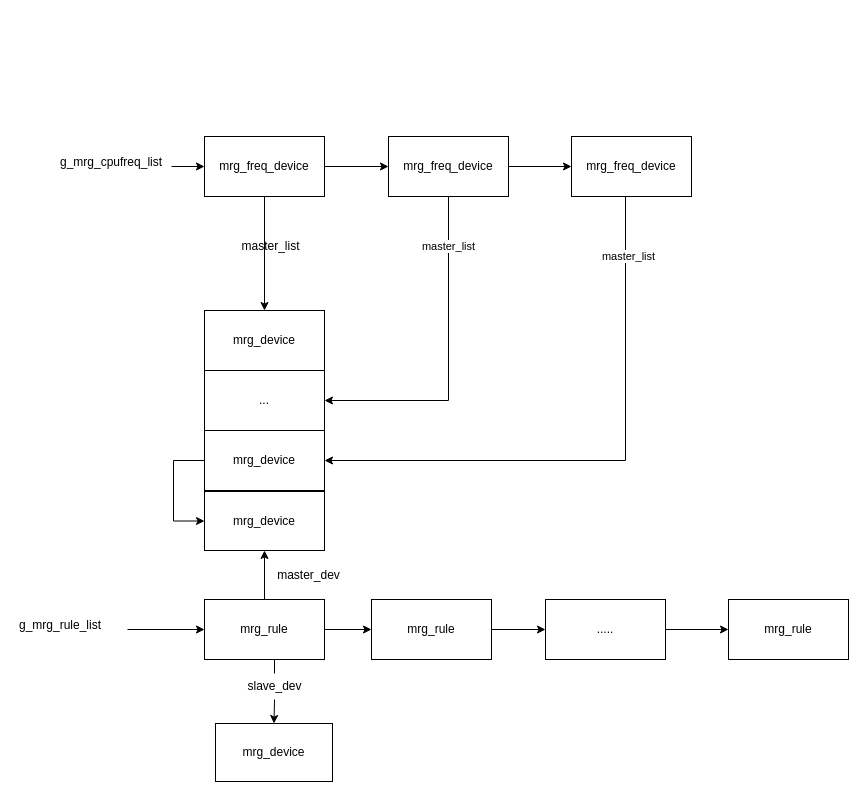
This is mrg.drawio from jasonactions/graph, a draw.io file, before an edit. Source tidied: cells renumbered, new cells numbered last; positions are measured from the earlier drawing's top-left corner, leaving out a move shared by most shapes. Both pictures are drawn from the tidied source at 100%, with x=0, y=0 at pixel (17, 136).
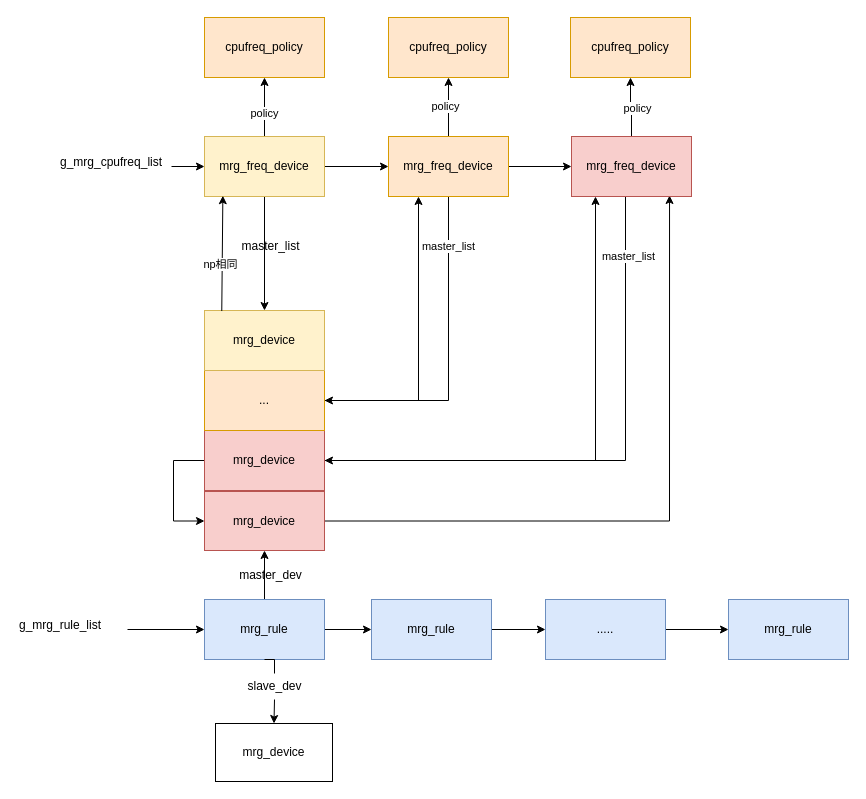
The same diagram, later.

What changed in the source:
```diff
@@
+    <mxCell id="35" style="edgeStyle=orthogonalEdgeStyle;rounded=0;jettySize=auto;html=1;entryX=0.5;entryY=1;entryDx=0;entryDy=0;" parent="1" edge="1" source="4" target="44">
+      <mxGeometry relative="1" as="geometry" />
+    </mxCell>
+    <mxCell id="36" value="policy" style="edgeLabel;html=1;align=center;verticalAlign=middle;" parent="35" vertex="1">
+      <mxGeometry x="-0.19" y="1" relative="1" as="geometry" />
+    </mxCell>
-    <mxCell id="4" value="mrg_freq_device" style="rounded=0;whiteSpace=wrap;html=1;" parent="1" vertex="1">
+    <mxCell id="4" value="mrg_freq_device" style="rounded=0;whiteSpace=wrap;html=1;fillColor=#fff2cc;strokeColor=#d6b656;" parent="1" vertex="1">
       <mxGeometry x="187" width="120" height="60" as="geometry" />
     </mxCell>
@@
-    <mxCell id="8" value="mrg_rule" style="rounded=0;whiteSpace=wrap;html=1;" parent="1" vertex="1">
+    <mxCell id="8" value="mrg_rule" style="rounded=0;whiteSpace=wrap;html=1;fillColor=#dae8fc;strokeColor=#6c8ebf;" parent="1" vertex="1">
       <mxGeometry x="187" y="463" width="120" height="60" as="geometry" />
     </mxCell>
+    <mxCell id="37" style="edgeStyle=orthogonalEdgeStyle;rounded=0;jettySize=auto;html=1;entryX=0.817;entryY=0.983;entryDx=0;entryDy=0;entryPerimeter=0;" parent="1" edge="1" source="9" target="22">
+      <mxGeometry relative="1" as="geometry" />
+    </mxCell>
-    <mxCell id="9" value="mrg_device" style="rounded=0;whiteSpace=wrap;html=1;" parent="1" vertex="1">
+    <mxCell id="9" value="mrg_device" style="rounded=0;whiteSpace=wrap;html=1;fillColor=#f8cecc;strokeColor=#b85450;" parent="1" vertex="1">
       <mxGeometry x="187" y="355" width="120" height="59" as="geometry" />
     </mxCell>
     <mxCell id="10" value="master_dev" style="text;html=1;align=center;verticalAlign=middle;strokeColor=none;fillColor=none;" parent="1" vertex="1">
-      <mxGeometry x="250" y="426" width="81" height="26" as="geometry" />
+      <mxGeometry x="212.5" y="426" width="81" height="26" as="geometry" />
     </mxCell>
@@
+    <mxCell id="38" style="edgeStyle=orthogonalEdgeStyle;rounded=0;jettySize=auto;html=1;entryX=0.2;entryY=1;entryDx=0;entryDy=0;entryPerimeter=0;" parent="1" edge="1" source="13" target="22">
+      <mxGeometry relative="1" as="geometry" />
+    </mxCell>
-    <mxCell id="13" value="mrg_device" style="rounded=0;whiteSpace=wrap;html=1;" parent="1" vertex="1">
+    <mxCell id="13" value="mrg_device" style="rounded=0;whiteSpace=wrap;html=1;fillColor=#f8cecc;strokeColor=#b85450;" parent="1" vertex="1">
       <mxGeometry x="187" y="294" width="120" height="60" as="geometry" />
     </mxCell>
+    <mxCell id="39" style="edgeStyle=orthogonalEdgeStyle;rounded=0;jettySize=auto;html=1;entryX=0.25;entryY=1;entryDx=0;entryDy=0;" parent="1" edge="1" source="14" target="19">
+      <mxGeometry relative="1" as="geometry" />
+    </mxCell>
-    <mxCell id="14" value="..." style="rounded=0;whiteSpace=wrap;html=1;" parent="1" vertex="1">
+    <mxCell id="14" value="..." style="rounded=0;whiteSpace=wrap;html=1;fillColor=#ffe6cc;strokeColor=#d79b00;" parent="1" vertex="1">
       <mxGeometry x="187" y="234" width="120" height="60" as="geometry" />
     </mxCell>
-    <mxCell id="15" value="mrg_device" style="rounded=0;whiteSpace=wrap;html=1;" parent="1" vertex="1">
+    <mxCell id="15" value="mrg_device" style="rounded=0;whiteSpace=wrap;html=1;fillColor=#fff2cc;strokeColor=#d6b656;" parent="1" vertex="1">
       <mxGeometry x="187" y="174" width="120" height="60" as="geometry" />
     </mxCell>
@@
+    <mxCell id="40" style="edgeStyle=orthogonalEdgeStyle;rounded=0;jettySize=auto;html=1;entryX=0.5;entryY=1;entryDx=0;entryDy=0;" parent="1" edge="1" source="19" target="45">
+      <mxGeometry relative="1" as="geometry" />
+    </mxCell>
-    <mxCell id="19" value="mrg_freq_device" style="rounded=0;whiteSpace=wrap;html=1;" parent="1" vertex="1">
+    <mxCell id="19" value="mrg_freq_device" style="rounded=0;whiteSpace=wrap;html=1;fillColor=#ffe6cc;strokeColor=#d79b00;" parent="1" vertex="1">
       <mxGeometry x="371" width="120" height="60" as="geometry" />
     </mxCell>
@@
+    <mxCell id="41" style="edgeStyle=orthogonalEdgeStyle;rounded=0;jettySize=auto;html=1;entryX=0.5;entryY=1;entryDx=0;entryDy=0;" parent="1" edge="1" source="22" target="46">
+      <mxGeometry relative="1" as="geometry" />
+    </mxCell>
-    <mxCell id="22" value="mrg_freq_device" style="rounded=0;whiteSpace=wrap;html=1;" parent="1" vertex="1">
+    <mxCell id="22" value="mrg_freq_device" style="rounded=0;whiteSpace=wrap;html=1;fillColor=#f8cecc;strokeColor=#b85450;" parent="1" vertex="1">
       <mxGeometry x="554" width="120" height="60" as="geometry" />
     </mxCell>
@@
-    <mxCell id="30" value="mrg_rule" style="rounded=0;whiteSpace=wrap;html=1;" parent="1" vertex="1">
+    <mxCell id="30" value="mrg_rule" style="rounded=0;whiteSpace=wrap;html=1;fillColor=#dae8fc;strokeColor=#6c8ebf;" parent="1" vertex="1">
       <mxGeometry x="354" y="463" width="120" height="60" as="geometry" />
     </mxCell>
@@
-    <mxCell id="32" value="....." style="rounded=0;whiteSpace=wrap;html=1;" parent="1" vertex="1">
+    <mxCell id="32" value="....." style="rounded=0;whiteSpace=wrap;html=1;fillColor=#dae8fc;strokeColor=#6c8ebf;" parent="1" vertex="1">
       <mxGeometry x="528" y="463" width="120" height="60" as="geometry" />
     </mxCell>
-    <mxCell id="33" value="mrg_rule" style="rounded=0;whiteSpace=wrap;html=1;" parent="1" vertex="1">
+    <mxCell id="33" value="mrg_rule" style="rounded=0;whiteSpace=wrap;html=1;fillColor=#dae8fc;strokeColor=#6c8ebf;" parent="1" vertex="1">
       <mxGeometry x="711" y="463" width="120" height="60" as="geometry" />
     </mxCell>
@@
+    <mxCell id="42" style="endArrow=classic;html=1;rounded=0;exitX=0.144;exitY=0.009;exitDx=0;exitDy=0;entryX=0.153;entryY=0.987;entryDx=0;entryDy=0;entryPerimeter=0;exitPerimeter=0;" parent="1" edge="1" source="15" target="4">
+      <mxGeometry relative="1" as="geometry" />
+    </mxCell>
+    <mxCell id="43" value="np相同" style="edgeLabel;html=1;align=center;verticalAlign=middle;" parent="42" vertex="1">
+      <mxGeometry x="-0.18" y="2" relative="1" as="geometry" />
+    </mxCell>
+    <mxCell id="44" value="cpufreq_policy" style="rounded=0;whiteSpace=wrap;html=1;fillColor=#ffe6cc;strokeColor=#d79b00;" parent="1" vertex="1">
+      <mxGeometry x="187" y="-119" width="120" height="60" as="geometry" />
+    </mxCell>
+    <mxCell id="45" value="cpufreq_policy" style="rounded=0;whiteSpace=wrap;html=1;fillColor=#ffe6cc;strokeColor=#d79b00;" parent="1" vertex="1">
+      <mxGeometry x="371" y="-119" width="120" height="60" as="geometry" />
+    </mxCell>
+    <mxCell id="46" value="cpufreq_policy" style="rounded=0;whiteSpace=wrap;html=1;fillColor=#ffe6cc;strokeColor=#d79b00;" parent="1" vertex="1">
+      <mxGeometry x="553" y="-119" width="120" height="60" as="geometry" />
+    </mxCell>
+    <mxCell id="47" value="policy" style="edgeLabel;html=1;align=center;verticalAlign=middle;" parent="1" vertex="1">
+      <mxGeometry x="307" y="-14" as="geometry">
+        <mxPoint x="120" y="-17" as="offset" />
+      </mxGeometry>
+    </mxCell>
+    <mxCell id="48" value="policy" style="edgeLabel;html=1;align=center;verticalAlign=middle;" parent="1" vertex="1">
+      <mxGeometry x="619" y="-29" as="geometry" />
+    </mxCell>
```
